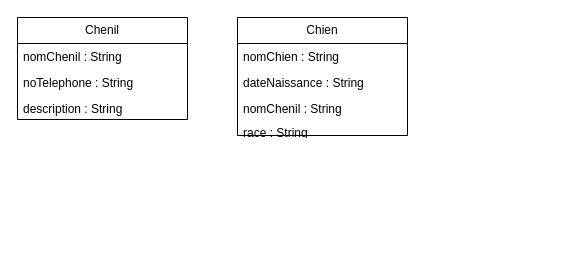
ewan-delanoy/uml_diagram keeps this draw.io diagram as diagramme_chenil.drawio. Above is the earlier version. Source tidied: cells renumbered, new cells numbered last; positions are measured from the earlier drawing's top-left corner, leaving out a move shared by most shapes. Both pictures are drawn from the tidied source at 100%, with x=0, y=0 at pixel (17, 17).
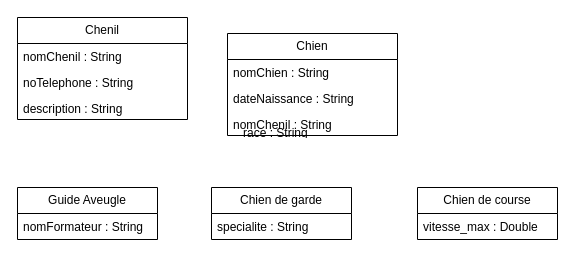
Above is the later version.

Commit message (it also covers changes not shown here):
Mettre à jour diagramme_chenil.drawio

The edit, as a diff of the source:
```diff
@@
 <mxGraphModel>
   <root>
     <mxCell id="0" />
     <mxCell id="1" parent="0" />
     <mxCell id="2" value="Chien" style="swimlane;fontStyle=0;horizontal=1;startSize=26;fillColor=none;whiteSpace=wrap;html=1;" parent="1" vertex="1">
-      <mxGeometry x="220" width="170" height="118" as="geometry" />
+      <mxGeometry x="210" y="16" width="170" height="102" as="geometry" />
     </mxCell>
     <mxCell id="3" value="&lt;div&gt;nomChien : String&lt;/div&gt;&lt;div&gt;&lt;br&gt;&lt;/div&gt;" style="text;strokeColor=none;fillColor=none;align=left;verticalAlign=top;spacingLeft=4;spacingRight=4;overflow=hidden;whiteSpace=wrap;html=1;" parent="2" vertex="1">
       <mxGeometry y="26" width="170" height="26" as="geometry" />
     </mxCell>
     <mxCell id="4" value="dateNaissance : String" style="text;strokeColor=none;fillColor=none;align=left;verticalAlign=top;spacingLeft=4;spacingRight=4;overflow=hidden;whiteSpace=wrap;html=1;" parent="2" vertex="1">
       <mxGeometry y="52" width="170" height="26" as="geometry" />
     </mxCell>
     <mxCell id="5" value="nomChenil : String" style="text;strokeColor=none;fillColor=none;align=left;verticalAlign=top;spacingLeft=4;spacingRight=4;overflow=hidden;whiteSpace=wrap;html=1;" parent="2" vertex="1">
       <mxGeometry y="78" width="170" height="24" as="geometry" />
     </mxCell>
-    <mxCell id="6" value="race : String" style="text;strokeColor=none;fillColor=none;align=left;verticalAlign=top;spacingLeft=4;spacingRight=4;overflow=hidden;whiteSpace=wrap;html=1;" parent="2" vertex="1">
-      <mxGeometry y="102" width="170" height="16" as="geometry" />
-    </mxCell>
     <mxCell id="7" value="Chenil" style="swimlane;fontStyle=0;horizontal=1;startSize=26;fillColor=none;whiteSpace=wrap;html=1;" parent="1" vertex="1">
       <mxGeometry width="170" height="102" as="geometry" />
     </mxCell>
     <mxCell id="8" value="&lt;div&gt;nomChenil : String&lt;/div&gt;&lt;div&gt;&lt;br&gt;&lt;/div&gt;" style="text;strokeColor=none;fillColor=none;align=left;verticalAlign=top;spacingLeft=4;spacingRight=4;overflow=hidden;whiteSpace=wrap;html=1;" parent="7" vertex="1">
       <mxGeometry y="26" width="170" height="26" as="geometry" />
     </mxCell>
     <mxCell id="9" value="noTelephone : String" style="text;strokeColor=none;fillColor=none;align=left;verticalAlign=top;spacingLeft=4;spacingRight=4;overflow=hidden;whiteSpace=wrap;html=1;" parent="7" vertex="1">
       <mxGeometry y="52" width="170" height="26" as="geometry" />
     </mxCell>
     <mxCell id="10" value="description : String" style="text;strokeColor=none;fillColor=none;align=left;verticalAlign=top;spacingLeft=4;spacingRight=4;overflow=hidden;whiteSpace=wrap;html=1;" parent="7" vertex="1">
       <mxGeometry y="78" width="170" height="24" as="geometry" />
     </mxCell>
+    <mxCell id="11" value="Chien de course" style="swimlane;fontStyle=0;horizontal=1;startSize=26;fillColor=none;whiteSpace=wrap;html=1;" parent="1" vertex="1">
+      <mxGeometry x="400" y="170" width="140" height="52" as="geometry" />
+    </mxCell>
+    <mxCell id="12" value="vitesse_max : Double" style="text;strokeColor=none;fillColor=none;align=left;verticalAlign=top;spacingLeft=4;spacingRight=4;overflow=hidden;whiteSpace=wrap;html=1;" parent="11" vertex="1">
+      <mxGeometry y="26" width="140" height="26" as="geometry" />
+    </mxCell>
+    <mxCell id="13" value="Chien de garde" style="swimlane;fontStyle=0;horizontal=1;startSize=26;fillColor=none;whiteSpace=wrap;html=1;" parent="1" vertex="1">
+      <mxGeometry x="194" y="170" width="140" height="52" as="geometry" />
+    </mxCell>
+    <mxCell id="14" value="specialite : String" style="text;strokeColor=none;fillColor=none;align=left;verticalAlign=top;spacingLeft=4;spacingRight=4;overflow=hidden;whiteSpace=wrap;html=1;" parent="13" vertex="1">
+      <mxGeometry y="26" width="140" height="26" as="geometry" />
+    </mxCell>
+    <mxCell id="6" value="race : String" style="text;strokeColor=none;fillColor=none;align=left;verticalAlign=top;spacingLeft=4;spacingRight=4;overflow=hidden;whiteSpace=wrap;html=1;" parent="1" vertex="1">
+      <mxGeometry x="220" y="102" width="170" height="16" as="geometry" />
+    </mxCell>
+    <mxCell id="15" value="Guide Aveugle" style="swimlane;fontStyle=0;horizontal=1;startSize=26;fillColor=none;whiteSpace=wrap;html=1;" parent="1" vertex="1">
+      <mxGeometry y="170" width="140" height="52" as="geometry" />
+    </mxCell>
+    <mxCell id="16" value="nomFormateur : String " style="text;strokeColor=none;fillColor=none;align=left;verticalAlign=top;spacingLeft=4;spacingRight=4;overflow=hidden;whiteSpace=wrap;html=1;" parent="15" vertex="1">
+      <mxGeometry y="26" width="140" height="26" as="geometry" />
+    </mxCell>
   </root>
 </mxGraphModel>
```
